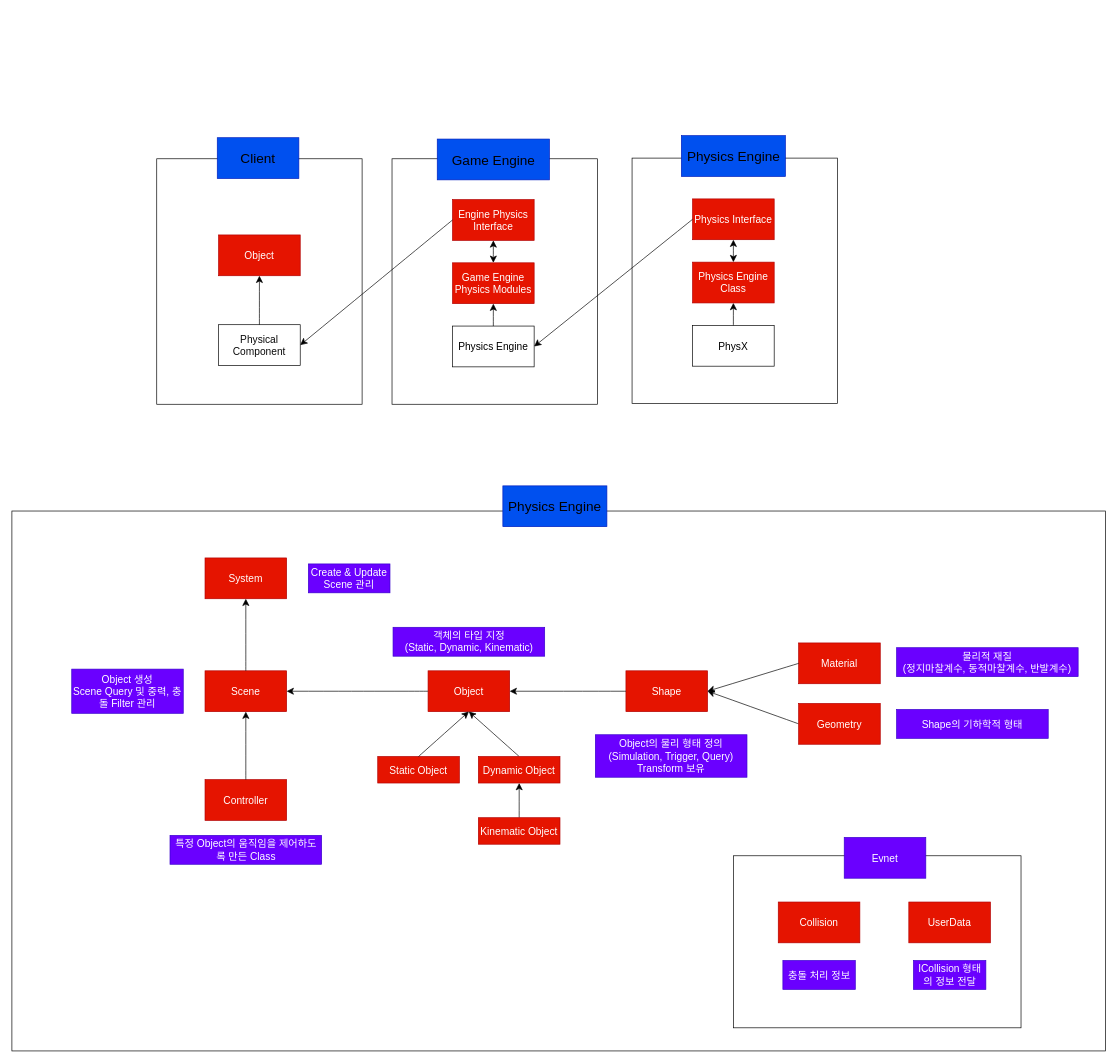
Before: 물리엔진.drawio in ihaha424/4Q_TeamProject, a draw.io diagram. Source tidied: cells renumbered, new cells numbered last; positions are measured from the earlier drawing's top-left corner, leaving out a move shared by most shapes. Both pictures are drawn from the tidied source at 68%, with x=0, y=0 at pixel (12, 135).
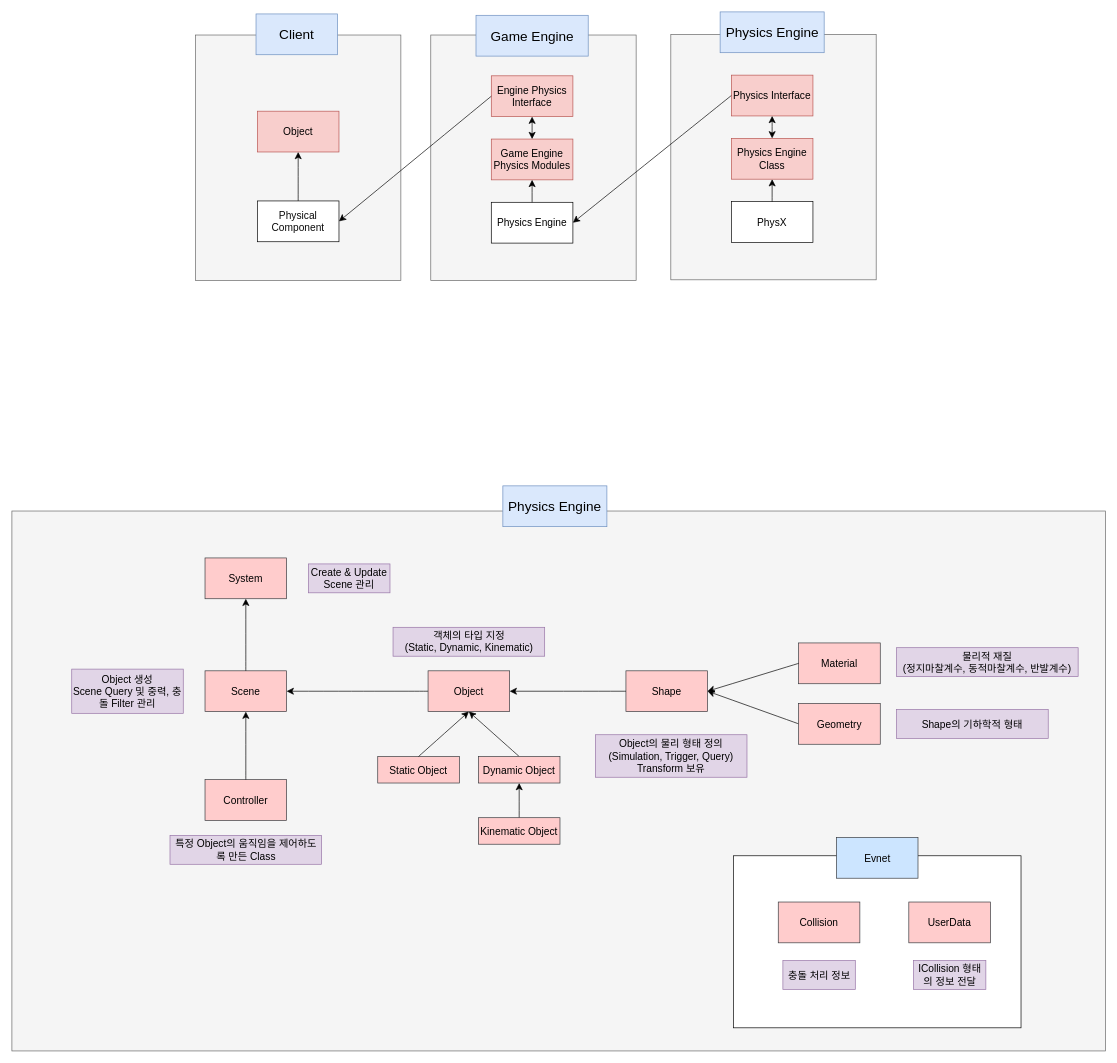
The same diagram, later.

Commit message (it also covers changes not shown here):
물리엔진.drawio 업데이트

The change refers to these unchanged cells:
```xml
<mxCell id="47" style="group;" parent="1" vertex="1">
  <mxGeometry x="1061" y="1032" width="423" height="280" as="geometry" />
</mxCell>
```

Diff of the diagram source:
```diff
@@
     <mxCell id="2" style="group;" parent="1" vertex="1">
-      <mxGeometry x="912" y="2" width="302" height="392" as="geometry" />
+      <mxGeometry x="969" y="-180" width="302" height="392" as="geometry" />
     </mxCell>
-    <mxCell id="3" style="rounded=0;whiteSpace=wrap;html=1;" parent="2" vertex="1">
+    <mxCell id="3" style="rounded=0;whiteSpace=wrap;html=1;fillColor=#f5f5f5;fontColor=#333333;strokeColor=#666666;" parent="2" vertex="1">
       <mxGeometry y="31" width="302" height="361" as="geometry" />
     </mxCell>
-    <mxCell id="4" value="&lt;font style=&quot;color: light-dark(rgb(0, 0, 0), rgb(1, 1, 1)); font-size: 20px;&quot;&gt;Physics Engine&lt;/font&gt;" style="rounded=0;whiteSpace=wrap;html=1;fillColor=light-dark(#0050EF,#5F45C8);fontColor=#ffffff;strokeColor=#001DBC;" parent="2" vertex="1">
+    <mxCell id="4" value="&lt;font style=&quot;color: light-dark(rgb(0, 0, 0), rgb(1, 1, 1)); font-size: 20px;&quot;&gt;Physics Engine&lt;/font&gt;" style="rounded=0;whiteSpace=wrap;html=1;fillColor=#dae8fc;strokeColor=#6c8ebf;" parent="2" vertex="1">
       <mxGeometry x="72.5" y="-2" width="153" height="60" as="geometry" />
     </mxCell>
@@
-    <mxCell id="6" value="&lt;font style=&quot;font-size: 15px;&quot;&gt;Physics Interface&lt;/font&gt;" style="rounded=0;whiteSpace=wrap;html=1;fillColor=light-dark(#E51400,#4C46FF);fontColor=#ffffff;strokeColor=#B20000;" parent="2" vertex="1">
+    <mxCell id="6" value="&lt;font style=&quot;font-size: 15px;&quot;&gt;Physics Interface&lt;/font&gt;" style="rounded=0;whiteSpace=wrap;html=1;fillColor=#f8cecc;strokeColor=#b85450;" parent="2" vertex="1">
       <mxGeometry x="89" y="91" width="120" height="60" as="geometry" />
     </mxCell>
-    <mxCell id="7" value="&lt;font style=&quot;font-size: 15px;&quot;&gt;Physics Engine Class&lt;/font&gt;" style="rounded=0;whiteSpace=wrap;html=1;fillColor=#e51400;fontColor=#ffffff;strokeColor=#B20000;" parent="2" vertex="1">
+    <mxCell id="7" value="&lt;font style=&quot;font-size: 15px;&quot;&gt;Physics Engine Class&lt;/font&gt;" style="rounded=0;whiteSpace=wrap;html=1;fillColor=#f8cecc;strokeColor=#b85450;" parent="2" vertex="1">
       <mxGeometry x="89" y="184" width="120" height="60" as="geometry" />
     </mxCell>
@@
     <mxCell id="10" style="group;" parent="1" vertex="1">
-      <mxGeometry x="559" y="3" width="302" height="392" as="geometry" />
+      <mxGeometry x="616" y="-179" width="302" height="392" as="geometry" />
     </mxCell>
-    <mxCell id="11" style="rounded=0;whiteSpace=wrap;html=1;" parent="10" vertex="1">
+    <mxCell id="11" style="rounded=0;whiteSpace=wrap;html=1;fillColor=#f5f5f5;fontColor=#333333;strokeColor=#666666;" parent="10" vertex="1">
       <mxGeometry y="31" width="302" height="361" as="geometry" />
     </mxCell>
-    <mxCell id="12" value="&lt;font style=&quot;font-size: 20px;&quot;&gt;&lt;font style=&quot;color: light-dark(rgb(0, 0, 0), rgb(1, 1, 1));&quot;&gt;Game&lt;/font&gt;&lt;span style=&quot;color: light-dark(rgb(0, 0, 0), rgb(1, 1, 1)); background-color: transparent;&quot;&gt;&amp;nbsp;Engine&lt;/span&gt;&lt;/font&gt;" style="rounded=0;whiteSpace=wrap;html=1;fillColor=light-dark(#0050EF,#5F45C8);fontColor=#ffffff;strokeColor=#001DBC;" parent="10" vertex="1">
+    <mxCell id="12" value="&lt;font style=&quot;font-size: 20px;&quot;&gt;&lt;font style=&quot;color: light-dark(rgb(0, 0, 0), rgb(1, 1, 1));&quot;&gt;Game&lt;/font&gt;&lt;span style=&quot;color: light-dark(rgb(0, 0, 0), rgb(1, 1, 1)); background-color: transparent;&quot;&gt;&amp;nbsp;Engine&lt;/span&gt;&lt;/font&gt;" style="rounded=0;whiteSpace=wrap;html=1;fillColor=#dae8fc;strokeColor=#6c8ebf;" parent="10" vertex="1">
       <mxGeometry x="66.5" y="2" width="165" height="60" as="geometry" />
     </mxCell>
@@
-    <mxCell id="14" value="&lt;font style=&quot;font-size: 15px;&quot;&gt;Engine Physics Interface&lt;/font&gt;" style="rounded=0;whiteSpace=wrap;html=1;fillColor=light-dark(#E51400,#4C46FF);fontColor=#ffffff;strokeColor=#B20000;" parent="10" vertex="1">
+    <mxCell id="14" value="&lt;font style=&quot;font-size: 15px;&quot;&gt;Engine Physics Interface&lt;/font&gt;" style="rounded=0;whiteSpace=wrap;html=1;fillColor=#f8cecc;strokeColor=#b85450;" parent="10" vertex="1">
       <mxGeometry x="89" y="91" width="120" height="60" as="geometry" />
     </mxCell>
-    <mxCell id="15" value="&lt;font style=&quot;font-size: 15px;&quot;&gt;Game Engine Physics Modules&lt;/font&gt;" style="rounded=0;whiteSpace=wrap;html=1;fillColor=#e51400;fontColor=#ffffff;strokeColor=#B20000;" parent="10" vertex="1">
+    <mxCell id="15" value="&lt;font style=&quot;font-size: 15px;&quot;&gt;Game Engine Physics Modules&lt;/font&gt;" style="rounded=0;whiteSpace=wrap;html=1;fillColor=#f8cecc;strokeColor=#b85450;" parent="10" vertex="1">
       <mxGeometry x="89" y="184" width="120" height="60" as="geometry" />
     </mxCell>
@@
     <mxCell id="18" style="group;" parent="1" vertex="1">
-      <mxGeometry x="213" y="3" width="302" height="392" as="geometry" />
+      <mxGeometry x="270" y="-179" width="302" height="392" as="geometry" />
     </mxCell>
-    <mxCell id="19" style="rounded=0;whiteSpace=wrap;html=1;" parent="18" vertex="1">
+    <mxCell id="19" style="rounded=0;whiteSpace=wrap;html=1;fillColor=#f5f5f5;fontColor=#333333;strokeColor=#666666;" parent="18" vertex="1">
       <mxGeometry y="31" width="302" height="361" as="geometry" />
     </mxCell>
-    <mxCell id="20" value="&lt;font style=&quot;color: light-dark(rgb(0, 0, 0), rgb(1, 1, 1)); font-size: 20px;&quot;&gt;Client&lt;/font&gt;" style="rounded=0;whiteSpace=wrap;html=1;fillColor=light-dark(#0050EF,#5F45C8);fontColor=#ffffff;strokeColor=#001DBC;" parent="18" vertex="1">
+    <mxCell id="20" value="&lt;font style=&quot;color: light-dark(rgb(0, 0, 0), rgb(1, 1, 1)); font-size: 20px;&quot;&gt;Client&lt;/font&gt;" style="rounded=0;whiteSpace=wrap;html=1;fillColor=#dae8fc;strokeColor=#6c8ebf;" parent="18" vertex="1">
       <mxGeometry x="89" width="120" height="60" as="geometry" />
     </mxCell>
@@
-    <mxCell id="22" value="&lt;font style=&quot;font-size: 15px;&quot;&gt;Object&lt;/font&gt;" style="rounded=0;whiteSpace=wrap;html=1;fillColor=#e51400;fontColor=#ffffff;strokeColor=#B20000;" parent="18" vertex="1">
+    <mxCell id="22" value="&lt;font style=&quot;font-size: 15px;&quot;&gt;Object&lt;/font&gt;" style="rounded=0;whiteSpace=wrap;html=1;fillColor=#f8cecc;strokeColor=#b85450;" parent="18" vertex="1">
       <mxGeometry x="91" y="143" width="120" height="60" as="geometry" />
     </mxCell>
@@
-    <mxCell id="26" style="rounded=0;whiteSpace=wrap;html=1;" parent="1" vertex="1">
+    <mxCell id="26" style="rounded=0;whiteSpace=wrap;html=1;fillColor=#f5f5f5;fontColor=#333333;strokeColor=#666666;" parent="1" vertex="1">
       <mxGeometry y="552" width="1608" height="794" as="geometry" />
     </mxCell>
-    <mxCell id="27" value="&lt;font style=&quot;color: light-dark(rgb(0, 0, 0), rgb(1, 1, 1)); font-size: 20px;&quot;&gt;Physics Engine&lt;/font&gt;" style="rounded=0;whiteSpace=wrap;html=1;fillColor=light-dark(#0050EF,#5F45C8);fontColor=#ffffff;strokeColor=#001DBC;" parent="1" vertex="1">
+    <mxCell id="27" value="&lt;font style=&quot;color: light-dark(rgb(0, 0, 0), rgb(1, 1, 1)); font-size: 20px;&quot;&gt;Physics Engine&lt;/font&gt;" style="rounded=0;whiteSpace=wrap;html=1;fillColor=#dae8fc;strokeColor=#6c8ebf;" parent="1" vertex="1">
       <mxGeometry x="722" y="515" width="153" height="60" as="geometry" />
     </mxCell>
-    <mxCell id="28" value="&lt;span style=&quot;font-size: 15px;&quot;&gt;System&lt;/span&gt;" style="rounded=0;whiteSpace=wrap;html=1;fillColor=#e51400;fontColor=#ffffff;strokeColor=#B20000;" parent="1" vertex="1">
+    <mxCell id="28" value="&lt;span style=&quot;font-size: 15px;&quot;&gt;System&lt;/span&gt;" style="rounded=0;whiteSpace=wrap;html=1;fillColor=#ffcccc;strokeColor=#36393d;" parent="1" vertex="1">
       <mxGeometry x="284" y="621" width="120" height="60" as="geometry" />
     </mxCell>
-    <mxCell id="29" value="&lt;span style=&quot;font-size: 15px;&quot;&gt;Scene&lt;/span&gt;" style="rounded=0;whiteSpace=wrap;html=1;fillColor=#e51400;fontColor=#ffffff;strokeColor=#B20000;" parent="1" vertex="1">
+    <mxCell id="29" value="&lt;span style=&quot;font-size: 15px;&quot;&gt;Scene&lt;/span&gt;" style="rounded=0;whiteSpace=wrap;html=1;fillColor=#ffcccc;strokeColor=#36393d;" parent="1" vertex="1">
       <mxGeometry x="284" y="787" width="120" height="60" as="geometry" />
     </mxCell>
-    <mxCell id="30" value="&lt;span style=&quot;font-size: 15px;&quot;&gt;Object&lt;/span&gt;" style="rounded=0;whiteSpace=wrap;html=1;fillColor=#e51400;fontColor=#ffffff;strokeColor=#B20000;" parent="1" vertex="1">
+    <mxCell id="30" value="&lt;span style=&quot;font-size: 15px;&quot;&gt;Object&lt;/span&gt;" style="rounded=0;whiteSpace=wrap;html=1;fillColor=#ffcccc;strokeColor=#36393d;" parent="1" vertex="1">
       <mxGeometry x="612" y="787" width="120" height="60" as="geometry" />
     </mxCell>
-    <mxCell id="31" value="&lt;span style=&quot;font-size: 15px;&quot;&gt;Shape&lt;/span&gt;" style="rounded=0;whiteSpace=wrap;html=1;fillColor=#e51400;fontColor=#ffffff;strokeColor=#B20000;" parent="1" vertex="1">
+    <mxCell id="31" value="&lt;span style=&quot;font-size: 15px;&quot;&gt;Shape&lt;/span&gt;" style="rounded=0;whiteSpace=wrap;html=1;fillColor=#ffcccc;strokeColor=#36393d;" parent="1" vertex="1">
       <mxGeometry x="903" y="787" width="120" height="60" as="geometry" />
     </mxCell>
@@
-    <mxCell id="33" value="&lt;span style=&quot;font-size: 15px;&quot;&gt;Geometry&lt;/span&gt;" style="rounded=0;whiteSpace=wrap;html=1;fillColor=#e51400;fontColor=#ffffff;strokeColor=#B20000;" parent="1" vertex="1">
+    <mxCell id="33" value="&lt;span style=&quot;font-size: 15px;&quot;&gt;Geometry&lt;/span&gt;" style="rounded=0;whiteSpace=wrap;html=1;fillColor=#ffcccc;strokeColor=#36393d;" parent="1" vertex="1">
       <mxGeometry x="1157" y="835" width="120" height="60" as="geometry" />
     </mxCell>
-    <mxCell id="34" value="&lt;span style=&quot;font-size: 15px;&quot;&gt;Material&lt;/span&gt;" style="rounded=0;whiteSpace=wrap;html=1;fillColor=#e51400;fontColor=#ffffff;strokeColor=#B20000;" parent="1" vertex="1">
+    <mxCell id="34" value="&lt;span style=&quot;font-size: 15px;&quot;&gt;Material&lt;/span&gt;" style="rounded=0;whiteSpace=wrap;html=1;fillColor=#ffcccc;strokeColor=#36393d;" parent="1" vertex="1">
       <mxGeometry x="1157" y="746" width="120" height="60" as="geometry" />
     </mxCell>
-    <mxCell id="35" value="&lt;span style=&quot;font-size: 15px;&quot;&gt;Controller&lt;/span&gt;" style="rounded=0;whiteSpace=wrap;html=1;fillColor=#e51400;fontColor=#ffffff;strokeColor=#B20000;" parent="1" vertex="1">
+    <mxCell id="35" value="&lt;span style=&quot;font-size: 15px;&quot;&gt;Controller&lt;/span&gt;" style="rounded=0;whiteSpace=wrap;html=1;fillColor=#ffcccc;strokeColor=#36393d;" parent="1" vertex="1">
       <mxGeometry x="284" y="947" width="120" height="60" as="geometry" />
     </mxCell>
@@
-    <mxCell id="37" value="&lt;font style=&quot;font-size: 15px;&quot;&gt;Create &amp;amp; Update&lt;br&gt;Scene 관리&lt;/font&gt;" style="rounded=0;whiteSpace=wrap;html=1;fillColor=light-dark(#6a00ff, #4c46ff);fontColor=#ffffff;strokeColor=#3700CC;" parent="1" vertex="1">
+    <mxCell id="37" value="&lt;font style=&quot;font-size: 15px;&quot;&gt;Create &amp;amp; Update&lt;br&gt;Scene 관리&lt;/font&gt;" style="rounded=0;whiteSpace=wrap;html=1;fillColor=#e1d5e7;strokeColor=#9673a6;" parent="1" vertex="1">
       <mxGeometry x="436" y="629.8" width="120" height="42.5" as="geometry" />
     </mxCell>
-    <mxCell id="38" value="&lt;span style=&quot;font-size: 15px;&quot;&gt;Object 생성&lt;br&gt;Scene Query 및 중력, 충돌 Filter 관리&lt;/span&gt;" style="rounded=0;whiteSpace=wrap;html=1;fillColor=light-dark(#6a00ff, #4c46ff);fontColor=#ffffff;strokeColor=#3700CC;" parent="1" vertex="1">
+    <mxCell id="38" value="&lt;span style=&quot;font-size: 15px;&quot;&gt;Object 생성&lt;br&gt;Scene Query 및 중력, 충돌 Filter 관리&lt;/span&gt;" style="rounded=0;whiteSpace=wrap;html=1;fillColor=#e1d5e7;strokeColor=#9673a6;" parent="1" vertex="1">
       <mxGeometry x="88" y="784.5" width="164" height="65" as="geometry" />
     </mxCell>
@@
-    <mxCell id="40" value="&lt;span style=&quot;font-size: 15px;&quot;&gt;객체의 타입 지정&lt;br&gt;(Static, Dynamic, Kinematic)&lt;/span&gt;" style="rounded=0;whiteSpace=wrap;html=1;fillColor=light-dark(#6a00ff, #4c46ff);fontColor=#ffffff;strokeColor=#3700CC;" parent="1" vertex="1">
+    <mxCell id="40" value="&lt;span style=&quot;font-size: 15px;&quot;&gt;객체의 타입 지정&lt;br&gt;(Static, Dynamic, Kinematic)&lt;/span&gt;" style="rounded=0;whiteSpace=wrap;html=1;fillColor=#e1d5e7;strokeColor=#9673a6;" parent="1" vertex="1">
       <mxGeometry x="560.5" y="723" width="223" height="42.5" as="geometry" />
     </mxCell>
-    <mxCell id="41" value="&lt;span style=&quot;font-size: 15px;&quot;&gt;Object의 물리 형태 정의&lt;br&gt;(Simulation, Trigger, Query)&lt;br&gt;Transform 보유&lt;/span&gt;" style="rounded=0;whiteSpace=wrap;html=1;fillColor=light-dark(#6a00ff, #4c46ff);fontColor=#ffffff;strokeColor=#3700CC;" parent="1" vertex="1">
+    <mxCell id="41" value="&lt;span style=&quot;font-size: 15px;&quot;&gt;Object의 물리 형태 정의&lt;br&gt;(Simulation, Trigger, Query)&lt;br&gt;Transform 보유&lt;/span&gt;" style="rounded=0;whiteSpace=wrap;html=1;fillColor=#e1d5e7;strokeColor=#9673a6;" parent="1" vertex="1">
       <mxGeometry x="858" y="881" width="223" height="62.5" as="geometry" />
     </mxCell>
@@
-    <mxCell id="43" value="&lt;span style=&quot;font-size: 15px;&quot;&gt;물리적 재질&lt;/span&gt;&lt;div&gt;&lt;font style=&quot;font-size: 15px;&quot;&gt;(&lt;span style=&quot;background-color: transparent; color: light-dark(rgb(255, 255, 255), rgb(18, 18, 18));&quot;&gt;정지마찰계수, 동적마찰계수, 반발계수&lt;/span&gt;&lt;/font&gt;&lt;span style=&quot;font-size: 15px; background-color: transparent; color: light-dark(rgb(255, 255, 255), rgb(18, 18, 18));&quot;&gt;)&lt;/span&gt;&lt;/div&gt;" style="rounded=0;whiteSpace=wrap;html=1;fillColor=light-dark(#6a00ff, #4c46ff);fontColor=#ffffff;strokeColor=#3700CC;" parent="1" vertex="1">
+    <mxCell id="43" value="&lt;span style=&quot;font-size: 15px;&quot;&gt;&lt;font&gt;물리적 재질&lt;/font&gt;&lt;/span&gt;&lt;div&gt;&lt;font&gt;&lt;font style=&quot;font-size: 15px;&quot;&gt;(&lt;span style=&quot;background-color: transparent;&quot;&gt;정지마찰계수, 동적마찰계수, 반발계수&lt;/span&gt;&lt;/font&gt;&lt;span style=&quot;font-size: 15px; background-color: transparent;&quot;&gt;)&lt;/span&gt;&lt;/font&gt;&lt;/div&gt;" style="rounded=0;whiteSpace=wrap;html=1;fillColor=#e1d5e7;strokeColor=#9673a6;" parent="1" vertex="1">
       <mxGeometry x="1301" y="753" width="267" height="42.5" as="geometry" />
     </mxCell>
-    <mxCell id="44" value="&lt;span style=&quot;font-size: 15px;&quot;&gt;Shape의 기하학적 형태&lt;/span&gt;" style="rounded=0;whiteSpace=wrap;html=1;fillColor=light-dark(#6a00ff, #4c46ff);fontColor=#ffffff;strokeColor=#3700CC;" parent="1" vertex="1">
+    <mxCell id="44" value="&lt;span style=&quot;font-size: 15px;&quot;&gt;Shape의 기하학적 형태&lt;/span&gt;" style="rounded=0;whiteSpace=wrap;html=1;fillColor=#e1d5e7;strokeColor=#9673a6;" parent="1" vertex="1">
       <mxGeometry x="1301" y="843.8" width="223" height="42.5" as="geometry" />
     </mxCell>
@@
-    <mxCell id="46" value="&lt;span style=&quot;font-size: 15px;&quot;&gt;특정 Object의 움직임을 제어하도록 만든 Class&lt;/span&gt;" style="rounded=0;whiteSpace=wrap;html=1;fillColor=light-dark(#6a00ff, #4c46ff);fontColor=#ffffff;strokeColor=#3700CC;" parent="1" vertex="1">
+    <mxCell id="46" value="&lt;span style=&quot;font-size: 15px;&quot;&gt;특정 Object의 움직임을 제어하도록 만든 Class&lt;/span&gt;" style="rounded=0;whiteSpace=wrap;html=1;fillColor=#e1d5e7;strokeColor=#9673a6;" parent="1" vertex="1">
       <mxGeometry x="232.5" y="1029" width="223" height="42.5" as="geometry" />
     </mxCell>
@@
-    <mxCell id="49" value="&lt;font style=&quot;font-size: 15px;&quot;&gt;Evnet&lt;/font&gt;" style="rounded=0;whiteSpace=wrap;html=1;fillColor=#6a00ff;fontColor=#ffffff;strokeColor=#3700CC;" parent="47" vertex="1">
-      <mxGeometry x="163" width="120" height="60" as="geometry" />
+    <mxCell id="49" value="&lt;font style=&quot;font-size: 15px;&quot;&gt;Evnet&lt;/font&gt;" style="rounded=0;whiteSpace=wrap;html=1;fillColor=#cce5ff;strokeColor=#36393d;" parent="47" vertex="1">
+      <mxGeometry x="151.5" width="120" height="60" as="geometry" />
     </mxCell>
-    <mxCell id="50" value="&lt;span style=&quot;font-size: 15px;&quot;&gt;Collision&lt;/span&gt;" style="rounded=0;whiteSpace=wrap;html=1;fillColor=#e51400;fontColor=#ffffff;strokeColor=#B20000;" parent="47" vertex="1">
+    <mxCell id="50" value="&lt;span style=&quot;font-size: 15px;&quot;&gt;Collision&lt;/span&gt;" style="rounded=0;whiteSpace=wrap;html=1;fillColor=#ffcccc;strokeColor=#36393d;" parent="47" vertex="1">
       <mxGeometry x="66" y="95" width="120" height="60" as="geometry" />
     </mxCell>
-    <mxCell id="51" value="&lt;font style=&quot;font-size: 15px;&quot;&gt;충돌 처리 정보&lt;/font&gt;" style="rounded=0;whiteSpace=wrap;html=1;fillColor=light-dark(#6a00ff, #4c46ff);fontColor=#ffffff;strokeColor=#3700CC;" parent="47" vertex="1">
+    <mxCell id="51" value="&lt;font style=&quot;font-size: 15px;&quot;&gt;충돌 처리 정보&lt;/font&gt;" style="rounded=0;whiteSpace=wrap;html=1;fillColor=#e1d5e7;strokeColor=#9673a6;" parent="47" vertex="1">
       <mxGeometry x="72.8" y="181" width="106.5" height="42.5" as="geometry" />
     </mxCell>
-    <mxCell id="52" value="&lt;span style=&quot;font-size: 15px;&quot;&gt;UserData&lt;/span&gt;" style="rounded=0;whiteSpace=wrap;html=1;fillColor=#e51400;fontColor=#ffffff;strokeColor=#B20000;" parent="47" vertex="1">
+    <mxCell id="52" value="&lt;span style=&quot;font-size: 15px;&quot;&gt;UserData&lt;/span&gt;" style="rounded=0;whiteSpace=wrap;html=1;fillColor=#ffcccc;strokeColor=#36393d;" parent="47" vertex="1">
       <mxGeometry x="258" y="95" width="120" height="60" as="geometry" />
     </mxCell>
-    <mxCell id="53" value="&lt;span style=&quot;font-size: 15px;&quot;&gt;ICollision 형태의 정보 전달&lt;/span&gt;" style="rounded=0;whiteSpace=wrap;html=1;fillColor=light-dark(#6a00ff, #4c46ff);fontColor=#ffffff;strokeColor=#3700CC;" parent="47" vertex="1">
+    <mxCell id="53" value="&lt;span style=&quot;font-size: 15px;&quot;&gt;ICollision 형태의 정보 전달&lt;/span&gt;" style="rounded=0;whiteSpace=wrap;html=1;fillColor=#e1d5e7;strokeColor=#9673a6;" parent="47" vertex="1">
       <mxGeometry x="264.8" y="181" width="106.5" height="42.5" as="geometry" />
     </mxCell>
-    <mxCell id="54" value="&lt;span style=&quot;font-size: 15px;&quot;&gt;Static Object&lt;/span&gt;" style="rounded=0;whiteSpace=wrap;html=1;fillColor=light-dark(#E51400,#FFCF7C);fontColor=#ffffff;strokeColor=#B20000;" parent="1" vertex="1">
+    <mxCell id="54" value="&lt;span style=&quot;font-size: 15px;&quot;&gt;Static Object&lt;/span&gt;" style="rounded=0;whiteSpace=wrap;html=1;fillColor=#ffcccc;strokeColor=#36393d;" parent="1" vertex="1">
       <mxGeometry x="538" y="913" width="120" height="39" as="geometry" />
     </mxCell>
@@
-    <mxCell id="56" value="&lt;span style=&quot;font-size: 15px;&quot;&gt;Dynamic&amp;nbsp;&lt;/span&gt;&lt;span style=&quot;font-size: 15px;&quot;&gt;Object&lt;/span&gt;" style="rounded=0;whiteSpace=wrap;html=1;fillColor=light-dark(#E51400,#FFCF7C);fontColor=#ffffff;strokeColor=#B20000;" parent="1" vertex="1">
+    <mxCell id="56" value="&lt;span style=&quot;font-size: 15px;&quot;&gt;Dynamic&amp;nbsp;&lt;/span&gt;&lt;span style=&quot;font-size: 15px;&quot;&gt;Object&lt;/span&gt;" style="rounded=0;whiteSpace=wrap;html=1;fillColor=#ffcccc;strokeColor=#36393d;" parent="1" vertex="1">
       <mxGeometry x="686" y="913" width="120" height="39" as="geometry" />
     </mxCell>
@@
-    <mxCell id="58" value="&lt;span style=&quot;font-size: 15px;&quot;&gt;Kinematic&amp;nbsp;&lt;/span&gt;&lt;span style=&quot;font-size: 15px;&quot;&gt;Object&lt;/span&gt;" style="rounded=0;whiteSpace=wrap;html=1;fillColor=light-dark(#E51400,#FFCF7C);fontColor=#ffffff;strokeColor=#B20000;" parent="1" vertex="1">
+    <mxCell id="58" value="&lt;span style=&quot;font-size: 15px;&quot;&gt;Kinematic&amp;nbsp;&lt;/span&gt;&lt;span style=&quot;font-size: 15px;&quot;&gt;Object&lt;/span&gt;" style="rounded=0;whiteSpace=wrap;html=1;fillColor=#ffcccc;strokeColor=#36393d;" parent="1" vertex="1">
       <mxGeometry x="686" y="1003" width="120" height="39" as="geometry" />
     </mxCell>
```
